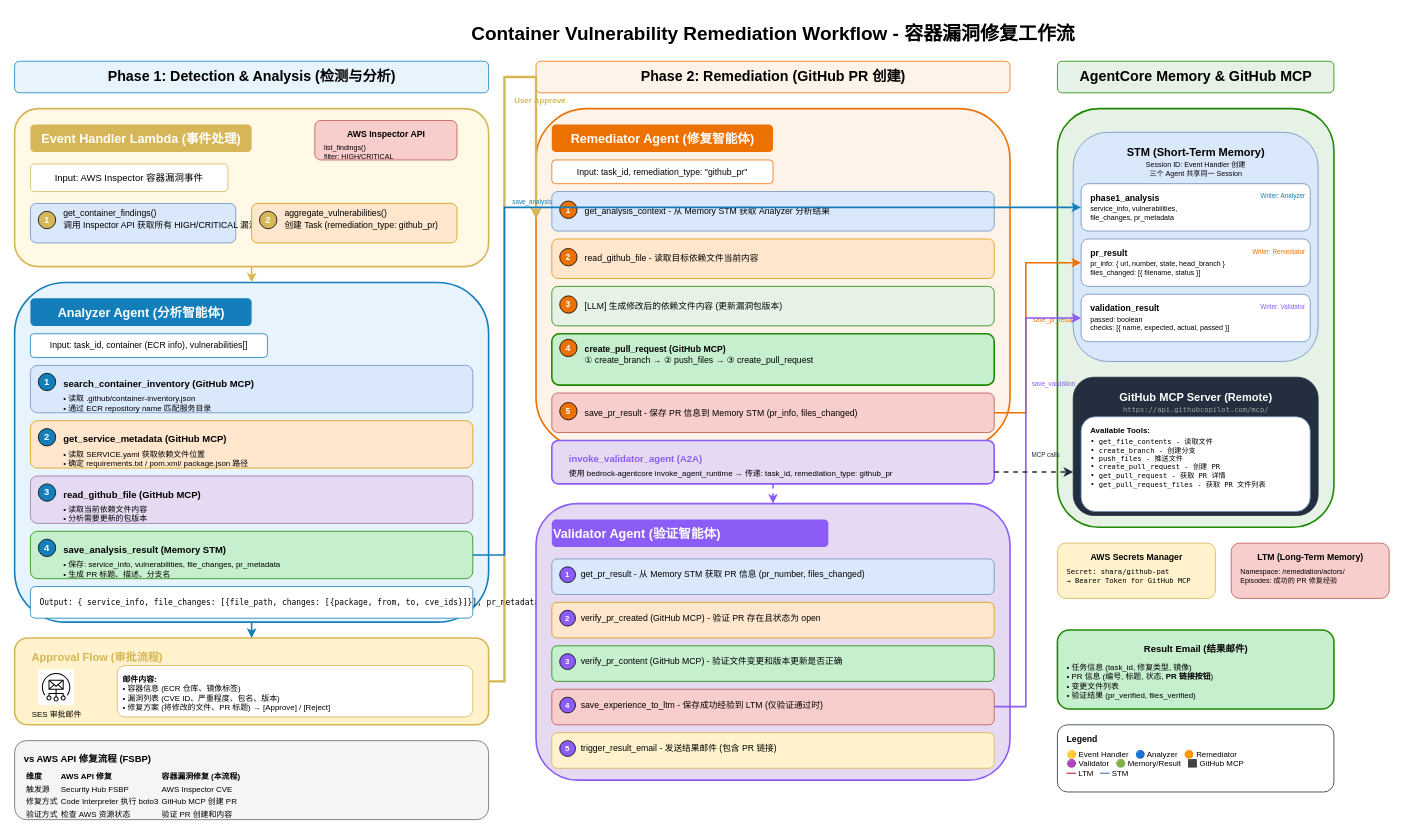
Earlier version of the draw.io diagram agent/new_doc/container_vulnerability_workflow.drawio (Wyifei/awsome). Source tidied: cells renumbered, new cells numbered last; positions are measured from the earlier drawing's top-left corner, leaving out a move shared by most shapes. Both pictures are drawn from the tidied source at 79%, with x=0, y=0 at pixel (14, 13).
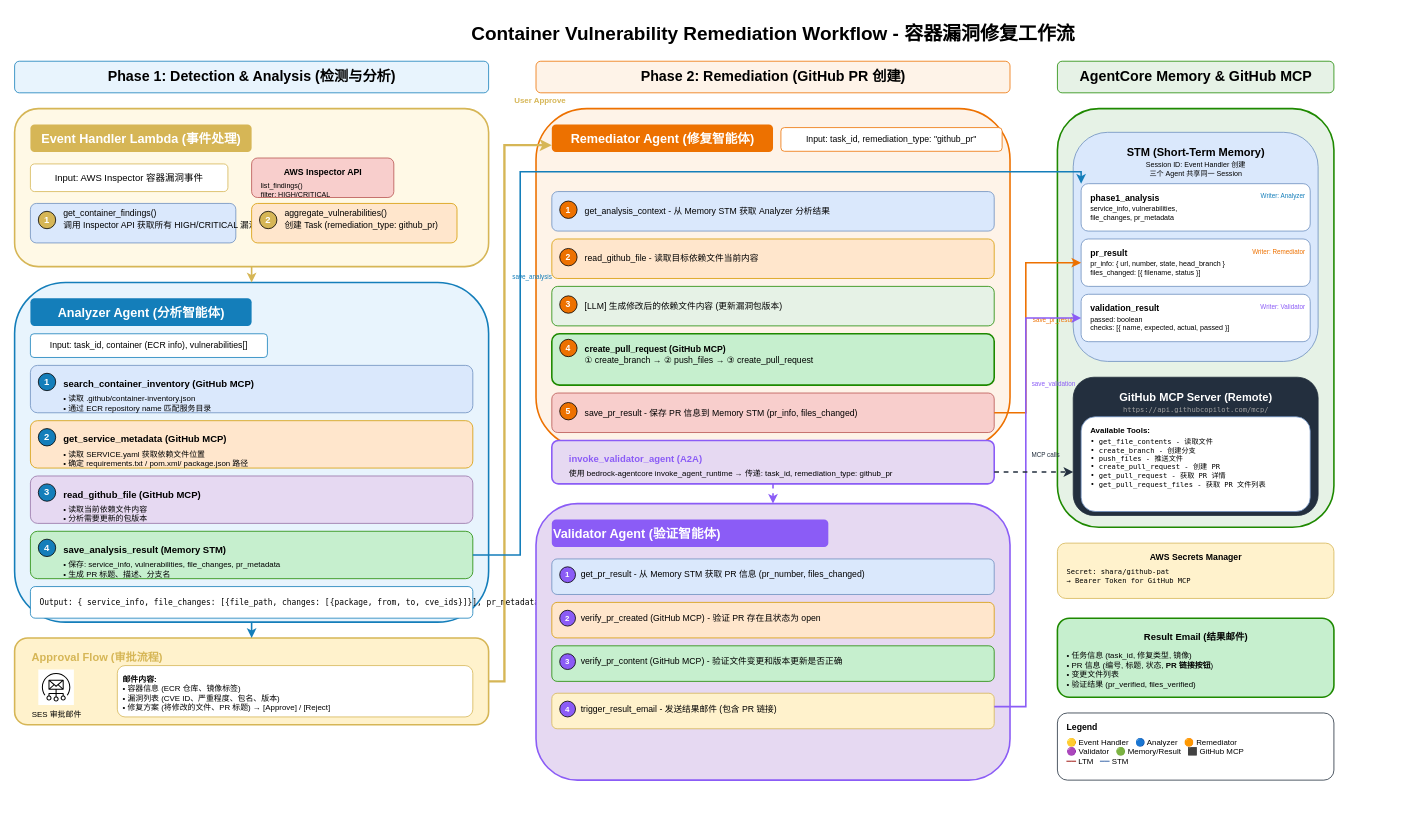
The same page after the edit.

The change refers to these unchanged cells:
```xml
<mxCell id="46" value="Remediator Agent (修复智能体)" style="text;html=1;fontSize=16;fontStyle=1;fontFamily=Noto Sans JP;align=center;verticalAlign=middle;fillColor=#ED7100;fontColor=#FFFFFF;rounded=1;" parent="1" vertex="1">
  <mxGeometry x="680" y="140" width="280" height="35" as="geometry" />
</mxCell>
<mxCell id="87" style="rounded=1;whiteSpace=wrap;html=1;fillColor=#FFFFFF;strokeColor=#6C8EBF;strokeWidth=1;" parent="1" vertex="1">
  <mxGeometry x="1350" y="215" width="290" height="60" as="geometry" />
</mxCell>
```

The edit, as a diff of the source:
```diff
@@
     <mxCell id="15" style="rounded=1;whiteSpace=wrap;html=1;fillColor=#F8CECC;strokeColor=#B85450;strokeWidth=1;" parent="1" vertex="1">
-      <mxGeometry x="380" y="135" width="180" height="50" as="geometry" />
+      <mxGeometry x="300" y="182.5" width="180" height="50" as="geometry" />
     </mxCell>
     <mxCell id="16" value="AWS Inspector API" style="text;html=1;fontSize=11;fontStyle=1;fontFamily=Noto Sans JP;align=center;verticalAlign=top;" parent="1" vertex="1">
-      <mxGeometry x="390" y="140" width="160" height="20" as="geometry" />
+      <mxGeometry x="310" y="187.5" width="160" height="20" as="geometry" />
     </mxCell>
     <mxCell id="17" value="list_findings()&lt;br&gt;filter: HIGH/CRITICAL" style="text;html=1;fontSize=9;fontFamily=Noto Sans JP;align=left;verticalAlign=top;" parent="1" vertex="1">
-      <mxGeometry x="390" y="158" width="160" height="25" as="geometry" />
+      <mxGeometry x="310" y="205.5" width="160" height="25" as="geometry" />
     </mxCell>
@@
     <mxCell id="47" value="Input: task_id, remediation_type: &quot;github_pr&quot;" style="rounded=1;whiteSpace=wrap;html=1;fillColor=#FFFFFF;strokeColor=#ED7100;strokeWidth=1;fontSize=11;fontFamily=Noto Sans JP;" parent="1" vertex="1">
-      <mxGeometry x="680" y="185" width="280" height="30" as="geometry" />
+      <mxGeometry x="970" y="144" width="280" height="30" as="geometry" />
     </mxCell>
@@
-    <mxCell id="77" style="rounded=1;whiteSpace=wrap;html=1;fillColor=#F8CECC;strokeColor=#B85450;strokeWidth=1;" parent="1" vertex="1">
-      <mxGeometry x="680" y="855" width="560" height="45" as="geometry" />
-    </mxCell>
-    <mxCell id="78" value="4" style="ellipse;whiteSpace=wrap;html=1;fillColor=#8B5CF6;fontColor=#FFFFFF;fontStyle=1;fontSize=10;fontFamily=Noto Sans JP;" parent="1" vertex="1">
-      <mxGeometry x="690" y="865" width="20" height="20" as="geometry" />
-    </mxCell>
-    <mxCell id="79" value="save_experience_to_ltm - 保存成功经验到 LTM (仅验证通过时)" style="text;html=1;fontSize=11;fontFamily=Noto Sans JP;align=left;verticalAlign=middle;" parent="1" vertex="1">
-      <mxGeometry x="715" y="860" width="490" height="30" as="geometry" />
-    </mxCell>
     <mxCell id="80" style="rounded=1;whiteSpace=wrap;html=1;fillColor=#FFF2CC;strokeColor=#D6B656;strokeWidth=1;" parent="1" vertex="1">
-      <mxGeometry x="680" y="910" width="560" height="45" as="geometry" />
+      <mxGeometry x="680" y="860" width="560" height="45" as="geometry" />
     </mxCell>
-    <mxCell id="81" value="5" style="ellipse;whiteSpace=wrap;html=1;fillColor=#8B5CF6;fontColor=#FFFFFF;fontStyle=1;fontSize=10;fontFamily=Noto Sans JP;" parent="1" vertex="1">
-      <mxGeometry x="690" y="920" width="20" height="20" as="geometry" />
+    <mxCell id="81" value="4" style="ellipse;whiteSpace=wrap;html=1;fillColor=#8B5CF6;fontColor=#FFFFFF;fontStyle=1;fontSize=10;fontFamily=Noto Sans JP;" parent="1" vertex="1">
+      <mxGeometry x="690" y="870" width="20" height="20" as="geometry" />
     </mxCell>
     <mxCell id="82" value="trigger_result_email - 发送结果邮件 (包含 PR 链接)" style="text;html=1;fontSize=11;fontFamily=Noto Sans JP;align=left;verticalAlign=middle;" parent="1" vertex="1">
-      <mxGeometry x="715" y="915" width="490" height="30" as="geometry" />
+      <mxGeometry x="715" y="865" width="490" height="30" as="geometry" />
     </mxCell>
@@
     <mxCell id="105" style="rounded=1;whiteSpace=wrap;html=1;fillColor=#FFF2CC;strokeColor=#D6B656;strokeWidth=1;" parent="1" vertex="1">
-      <mxGeometry x="1320" y="670" width="200" height="70" as="geometry" />
+      <mxGeometry x="1320" y="670" width="350" height="70" as="geometry" />
     </mxCell>
     <mxCell id="106" value="AWS Secrets Manager" style="text;html=1;fontSize=11;fontStyle=1;fontFamily=Noto Sans JP;align=center;verticalAlign=top;" parent="1" vertex="1">
-      <mxGeometry x="1330" y="675" width="180" height="15" as="geometry" />
+      <mxGeometry x="1405" y="675" width="180" height="15" as="geometry" />
     </mxCell>
@@
-    <mxCell id="108" style="rounded=1;whiteSpace=wrap;html=1;fillColor=#F8CECC;strokeColor=#B85450;strokeWidth=1;" parent="1" vertex="1">
-      <mxGeometry x="1540" y="670" width="200" height="70" as="geometry" />
-    </mxCell>
-    <mxCell id="109" value="LTM (Long-Term Memory)" style="text;html=1;fontSize=11;fontStyle=1;fontFamily=Noto Sans JP;align=center;verticalAlign=top;" parent="1" vertex="1">
-      <mxGeometry x="1550" y="675" width="180" height="15" as="geometry" />
-    </mxCell>
-    <mxCell id="110" value="Namespace: /remediation/actors/&lt;br&gt;Episodes: 成功的 PR 修复经验" style="text;html=1;fontSize=9;fontFamily=Noto Sans JP;align=left;verticalAlign=top;" parent="1" vertex="1">
-      <mxGeometry x="1550" y="695" width="180" height="35" as="geometry" />
-    </mxCell>
@@
-    <mxCell id="113" style="edgeStyle=orthogonalEdgeStyle;rounded=0;orthogonalLoop=1;jettySize=auto;html=1;strokeWidth=3;strokeColor=#D6B656;endArrow=classic;" parent="1" edge="1">
+    <mxCell id="113" style="edgeStyle=orthogonalEdgeStyle;rounded=0;jettySize=auto;html=1;strokeWidth=3;strokeColor=#D6B656;endArrow=classic;entryX=0;entryY=0.75;entryDx=0;entryDy=0;" parent="1" edge="1" target="46">
       <mxGeometry relative="1" as="geometry">
         <mxPoint x="600" y="845" as="sourcePoint" />
-        <mxPoint x="660" y="260" as="targetPoint" />
         <Array as="points">
           <mxPoint x="620" y="845" />
-          <mxPoint x="620" y="80" />
-          <mxPoint x="660" y="80" />
+          <mxPoint x="620" y="166" />
         </Array>
       </mxGeometry>
     </mxCell>
@@
-    <mxCell id="116" style="edgeStyle=orthogonalEdgeStyle;rounded=0;orthogonalLoop=1;jettySize=auto;html=1;strokeWidth=2;strokeColor=#147EBA;endArrow=classic;" parent="1" edge="1">
+    <mxCell id="116" style="edgeStyle=orthogonalEdgeStyle;rounded=0;jettySize=auto;html=1;strokeWidth=2;strokeColor=#147EBA;endArrow=classic;entryX=0;entryY=0;entryDx=0;entryDy=0;" parent="1" edge="1" target="87">
       <mxGeometry relative="1" as="geometry">
         <mxPoint x="580" y="685" as="sourcePoint" />
-        <mxPoint x="1350" y="245" as="targetPoint" />
         <Array as="points">
-          <mxPoint x="620" y="685" />
-          <mxPoint x="620" y="245" />
-          <mxPoint x="1350" y="245" />
+          <mxPoint x="640" y="685" />
+          <mxPoint x="640" y="200" />
+          <mxPoint x="1350" y="200" />
         </Array>
       </mxGeometry>
     </mxCell>
     <mxCell id="117" value="save_analysis" style="text;html=1;fontSize=8;fontFamily=Noto Sans JP;align=center;verticalAlign=middle;fontColor=#147EBA;" parent="1" vertex="1">
-      <mxGeometry x="620" y="230" width="70" height="15" as="geometry" />
+      <mxGeometry x="620" y="325" width="70" height="15" as="geometry" />
     </mxCell>
@@
     <mxCell id="124" style="rounded=1;whiteSpace=wrap;html=1;fillColor=#C6EFCE;strokeColor=#1E8900;strokeWidth=2;" parent="1" vertex="1">
-      <mxGeometry x="1320" y="780" width="350" height="100" as="geometry" />
+      <mxGeometry x="1320" y="765" width="350" height="100" as="geometry" />
     </mxCell>
     <mxCell id="125" value="Result Email (结果邮件)" style="text;html=1;fontSize=12;fontStyle=1;fontFamily=Noto Sans JP;align=center;verticalAlign=top;" parent="1" vertex="1">
-      <mxGeometry x="1330" y="790" width="330" height="20" as="geometry" />
+      <mxGeometry x="1330" y="775" width="330" height="20" as="geometry" />
     </mxCell>
     <mxCell id="126" value="• 任务信息 (task_id, 修复类型, 镜像)&lt;br&gt;• PR 信息 (编号, 标题, 状态, &lt;b&gt;PR 链接按钮&lt;/b&gt;)&lt;br&gt;• 变更文件列表&lt;br&gt;• 验证结果 (pr_verified, files_verified)" style="text;html=1;fontSize=10;fontFamily=Noto Sans JP;align=left;verticalAlign=top;" parent="1" vertex="1">
-      <mxGeometry x="1330" y="815" width="330" height="60" as="geometry" />
+      <mxGeometry x="1330" y="800" width="330" height="60" as="geometry" />
     </mxCell>
     <mxCell id="127" style="rounded=1;whiteSpace=wrap;html=1;fillColor=#FFFFFF;strokeColor=#232F3E;strokeWidth=1;" parent="1" vertex="1">
-      <mxGeometry x="1320" y="900" width="350" height="85" as="geometry" />
+      <mxGeometry x="1320" y="885" width="350" height="85" as="geometry" />
     </mxCell>
     <mxCell id="128" value="Legend" style="text;html=1;fontSize=11;fontStyle=1;fontFamily=Noto Sans JP;align=left;verticalAlign=top;" parent="1" vertex="1">
-      <mxGeometry x="1330" y="905" width="60" height="20" as="geometry" />
+      <mxGeometry x="1330" y="890" width="60" height="20" as="geometry" />
     </mxCell>
     <mxCell id="129" value="🟡 Event Handler &amp;nbsp; 🔵 Analyzer &amp;nbsp; 🟠 Remediator&lt;br&gt;🟣 Validator &amp;nbsp; 🟢 Memory/Result &amp;nbsp; ⬛ GitHub MCP&lt;br&gt;&lt;span style=&quot;color:#B85450;&quot;&gt;━━&lt;/span&gt; LTM &amp;nbsp; &lt;span style=&quot;color:#6C8EBF;&quot;&gt;━━&lt;/span&gt; STM" style="text;html=1;fontSize=10;fontFamily=Noto Sans JP;align=left;verticalAlign=top;" parent="1" vertex="1">
-      <mxGeometry x="1330" y="925" width="330" height="50" as="geometry" />
+      <mxGeometry x="1330" y="910" width="330" height="50" as="geometry" />
     </mxCell>
-    <mxCell id="130" style="rounded=1;whiteSpace=wrap;html=1;fillColor=#F5F5F5;strokeColor=#666666;strokeWidth=1;" parent="1" vertex="1">
-      <mxGeometry y="920" width="600" height="100" as="geometry" />
-    </mxCell>
-    <mxCell id="131" value="vs AWS API 修复流程 (FSBP)" style="text;html=1;fontSize=12;fontStyle=1;fontFamily=Noto Sans JP;align=left;verticalAlign=top;" parent="1" vertex="1">
-      <mxGeometry x="10" y="930" width="250" height="20" as="geometry" />
-    </mxCell>
-    <mxCell id="132" value="&lt;table style=&quot;font-size:10px;&quot;&gt;&lt;tr&gt;&lt;th&gt;维度&lt;/th&gt;&lt;th&gt;AWS API 修复&lt;/th&gt;&lt;th&gt;容器漏洞修复 (本流程)&lt;/th&gt;&lt;/tr&gt;&lt;tr&gt;&lt;td&gt;触发源&lt;/td&gt;&lt;td&gt;Security Hub FSBP&lt;/td&gt;&lt;td&gt;AWS Inspector CVE&lt;/td&gt;&lt;/tr&gt;&lt;tr&gt;&lt;td&gt;修复方式&lt;/td&gt;&lt;td&gt;Code Interpreter 执行 boto3&lt;/td&gt;&lt;td&gt;GitHub MCP 创建 PR&lt;/td&gt;&lt;/tr&gt;&lt;tr&gt;&lt;td&gt;验证方式&lt;/td&gt;&lt;td&gt;检查 AWS 资源状态&lt;/td&gt;&lt;td&gt;验证 PR 创建和内容&lt;/td&gt;&lt;/tr&gt;&lt;/table&gt;" style="text;html=1;fontSize=10;fontFamily=Noto Sans JP;align=left;verticalAlign=top;" parent="1" vertex="1">
-      <mxGeometry x="10" y="950" width="580" height="65" as="geometry" />
-    </mxCell>
```
